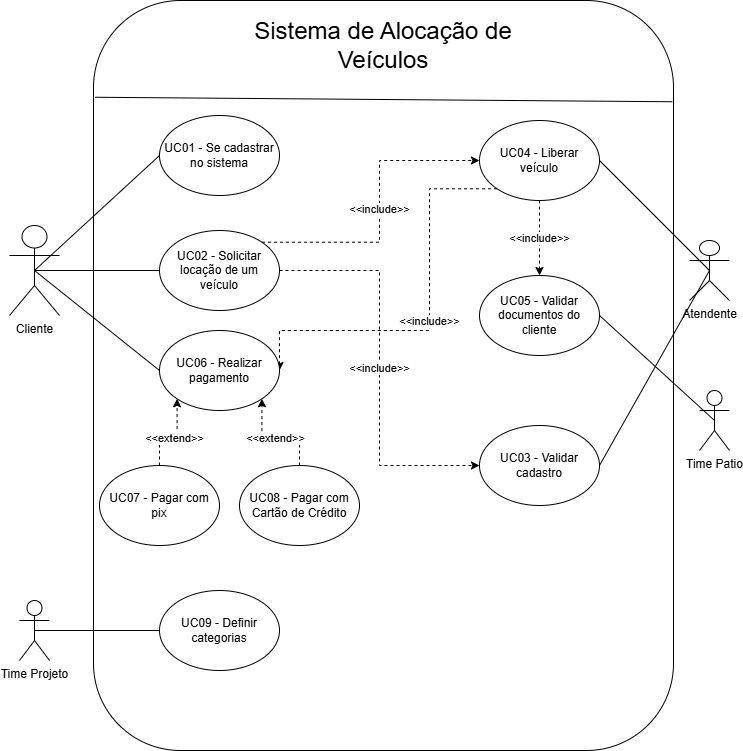
Earlier version of the draw.io export Casos de uso.drawio.png (AngeloGabriel-dev/Locadora). Source tidied: cells renumbered, new cells last; positions are measured from the earlier drawing's top-left corner, leaving out a move shared by most shapes. Its diagram source:
```xml
<mxGraphModel>
  <root>
    <mxCell id="0" />
    <mxCell id="1" parent="0" />
    <mxCell id="2" style="rounded=1;whiteSpace=wrap;html=1;" parent="1" vertex="1">
      <mxGeometry x="84" width="580" height="750" as="geometry" />
    </mxCell>
    <mxCell id="3" value="&lt;font style=&quot;font-size: 24px;&quot;&gt;Sistema de Alocação de Veículos&lt;/font&gt;" style="text;html=1;align=center;verticalAlign=middle;whiteSpace=wrap;rounded=0;" parent="1" vertex="1">
      <mxGeometry x="239" y="30" width="270" height="30" as="geometry" />
    </mxCell>
    <mxCell id="4" style="endArrow=none;html=1;rounded=0;exitX=0.003;exitY=0.129;exitDx=0;exitDy=0;exitPerimeter=0;entryX=0.998;entryY=0.135;entryDx=0;entryDy=0;entryPerimeter=0;" parent="1" edge="1" source="2" target="2">
      <mxGeometry relative="1" as="geometry" />
    </mxCell>
    <mxCell id="5" value="Cliente" style="shape=umlActor;verticalLabelPosition=bottom;verticalAlign=top;html=1;outlineConnect=0;" parent="1" vertex="1">
      <mxGeometry y="225" width="50" height="90" as="geometry" />
    </mxCell>
    <mxCell id="6" value="UC01 - Se cadastrar no sistema" style="ellipse;whiteSpace=wrap;html=1;" parent="1" vertex="1">
      <mxGeometry x="150" y="115" width="120" height="80" as="geometry" />
    </mxCell>
    <mxCell id="7" style="endArrow=none;html=1;rounded=0;exitX=0.5;exitY=0.5;exitDx=0;exitDy=0;exitPerimeter=0;entryX=0;entryY=0.5;entryDx=0;entryDy=0;" parent="1" edge="1" source="5" target="6">
      <mxGeometry relative="1" as="geometry" />
    </mxCell>
    <mxCell id="8" value="&amp;lt;&amp;lt;include&amp;gt;&amp;gt;" style="edgeStyle=orthogonalEdgeStyle;rounded=0;jettySize=auto;html=1;exitX=1;exitY=0.5;exitDx=0;exitDy=0;entryX=0;entryY=0.5;entryDx=0;entryDy=0;dashed=1;" parent="1" edge="1" source="10" target="12">
      <mxGeometry relative="1" as="geometry" />
    </mxCell>
    <mxCell id="9" value="&amp;lt;&amp;lt;include&amp;gt;&amp;gt;" style="edgeStyle=orthogonalEdgeStyle;rounded=0;jettySize=auto;html=1;exitX=1;exitY=0;exitDx=0;exitDy=0;entryX=0;entryY=0.5;entryDx=0;entryDy=0;dashed=1;" parent="1" edge="1" source="10" target="17">
      <mxGeometry relative="1" as="geometry" />
    </mxCell>
    <mxCell id="10" value="UC02 - Solicitar locação de um veículo" style="ellipse;whiteSpace=wrap;html=1;" parent="1" vertex="1">
      <mxGeometry x="150" y="230" width="120" height="80" as="geometry" />
    </mxCell>
    <mxCell id="11" style="endArrow=none;html=1;rounded=0;exitX=0.5;exitY=0.5;exitDx=0;exitDy=0;exitPerimeter=0;entryX=0;entryY=0.5;entryDx=0;entryDy=0;" parent="1" edge="1" source="5" target="10">
      <mxGeometry relative="1" as="geometry" />
    </mxCell>
    <mxCell id="12" value="UC03 - Validar cadastro" style="ellipse;whiteSpace=wrap;html=1;" parent="1" vertex="1">
      <mxGeometry x="470" y="425" width="120" height="80" as="geometry" />
    </mxCell>
    <mxCell id="13" value="Atendente" style="shape=umlActor;verticalLabelPosition=bottom;verticalAlign=top;html=1;outlineConnect=0;" parent="1" vertex="1">
      <mxGeometry x="680" y="240" width="40" height="60" as="geometry" />
    </mxCell>
    <mxCell id="14" style="endArrow=none;html=1;rounded=0;entryX=0.5;entryY=0.5;entryDx=0;entryDy=0;entryPerimeter=0;exitX=1;exitY=0.5;exitDx=0;exitDy=0;" parent="1" edge="1" source="12" target="13">
      <mxGeometry relative="1" as="geometry" />
    </mxCell>
    <mxCell id="15" value="&amp;lt;&amp;lt;include&amp;gt;&amp;gt;" style="edgeStyle=orthogonalEdgeStyle;rounded=0;jettySize=auto;html=1;exitX=0.5;exitY=1;exitDx=0;exitDy=0;entryX=0.5;entryY=0;entryDx=0;entryDy=0;dashed=1;" parent="1" edge="1" source="17" target="18">
      <mxGeometry relative="1" as="geometry" />
    </mxCell>
    <mxCell id="16" value="&amp;lt;&amp;lt;include&amp;gt;&amp;gt;" style="edgeStyle=orthogonalEdgeStyle;rounded=0;jettySize=auto;html=1;exitX=0;exitY=1;exitDx=0;exitDy=0;entryX=1;entryY=0.5;entryDx=0;entryDy=0;dashed=1;" parent="1" edge="1" source="17" target="22">
      <mxGeometry relative="1" as="geometry">
        <Array as="points">
          <mxPoint x="420" y="188" />
          <mxPoint x="420" y="330" />
          <mxPoint x="270" y="330" />
        </Array>
      </mxGeometry>
    </mxCell>
    <mxCell id="17" value="UC04 - Liberar veículo" style="ellipse;whiteSpace=wrap;html=1;" parent="1" vertex="1">
      <mxGeometry x="470" y="120" width="120" height="80" as="geometry" />
    </mxCell>
    <mxCell id="18" value="UC05 - Validar documentos do cliente" style="ellipse;whiteSpace=wrap;html=1;" parent="1" vertex="1">
      <mxGeometry x="470" y="275" width="120" height="80" as="geometry" />
    </mxCell>
    <mxCell id="19" style="endArrow=none;html=1;rounded=0;exitX=1;exitY=0.5;exitDx=0;exitDy=0;entryX=0.5;entryY=0.5;entryDx=0;entryDy=0;entryPerimeter=0;" parent="1" edge="1" source="17" target="13">
      <mxGeometry relative="1" as="geometry" />
    </mxCell>
    <mxCell id="20" value="Time Patio" style="shape=umlActor;verticalLabelPosition=bottom;verticalAlign=top;html=1;outlineConnect=0;" parent="1" vertex="1">
      <mxGeometry x="690" y="390" width="30" height="60" as="geometry" />
    </mxCell>
    <mxCell id="21" style="endArrow=none;html=1;rounded=0;exitX=1;exitY=0.5;exitDx=0;exitDy=0;entryX=0.5;entryY=0.5;entryDx=0;entryDy=0;entryPerimeter=0;" parent="1" edge="1" source="18" target="20">
      <mxGeometry relative="1" as="geometry" />
    </mxCell>
    <mxCell id="22" value="UC06 - Realizar pagamento" style="ellipse;whiteSpace=wrap;html=1;" parent="1" vertex="1">
      <mxGeometry x="150" y="330" width="120" height="80" as="geometry" />
    </mxCell>
    <mxCell id="23" value="&amp;lt;&amp;lt;extend&amp;gt;&amp;gt;" style="edgeStyle=orthogonalEdgeStyle;rounded=0;jettySize=auto;html=1;exitX=0.5;exitY=0;exitDx=0;exitDy=0;entryX=0;entryY=1;entryDx=0;entryDy=0;dashed=1;" parent="1" edge="1" source="24" target="22">
      <mxGeometry relative="1" as="geometry" />
    </mxCell>
    <mxCell id="24" value="UC07 - Pagar com pix" style="ellipse;whiteSpace=wrap;html=1;" parent="1" vertex="1">
      <mxGeometry x="90" y="465" width="120" height="80" as="geometry" />
    </mxCell>
    <mxCell id="25" value="&amp;lt;&amp;lt;extend&amp;gt;&amp;gt;" style="edgeStyle=orthogonalEdgeStyle;rounded=0;jettySize=auto;html=1;exitX=0.5;exitY=0;exitDx=0;exitDy=0;entryX=1;entryY=1;entryDx=0;entryDy=0;dashed=1;" parent="1" edge="1" source="26" target="22">
      <mxGeometry relative="1" as="geometry" />
    </mxCell>
    <mxCell id="26" value="UC08 - Pagar com Cartão de Crédito" style="ellipse;whiteSpace=wrap;html=1;" parent="1" vertex="1">
      <mxGeometry x="230" y="465" width="120" height="80" as="geometry" />
    </mxCell>
    <mxCell id="27" style="endArrow=none;html=1;rounded=0;exitX=0.5;exitY=0.5;exitDx=0;exitDy=0;exitPerimeter=0;entryX=0;entryY=0.5;entryDx=0;entryDy=0;" parent="1" edge="1" source="5" target="22">
      <mxGeometry relative="1" as="geometry" />
    </mxCell>
    <mxCell id="28" value="Time Projeto" style="shape=umlActor;verticalLabelPosition=bottom;verticalAlign=top;html=1;outlineConnect=0;" parent="1" vertex="1">
      <mxGeometry x="10" y="600" width="30" height="60" as="geometry" />
    </mxCell>
    <mxCell id="29" value="UC09 - Definir categorias" style="ellipse;whiteSpace=wrap;html=1;" parent="1" vertex="1">
      <mxGeometry x="150" y="590" width="120" height="80" as="geometry" />
    </mxCell>
    <mxCell id="30" style="endArrow=none;html=1;rounded=0;exitX=0.5;exitY=0.5;exitDx=0;exitDy=0;exitPerimeter=0;entryX=0;entryY=0.5;entryDx=0;entryDy=0;" parent="1" edge="1" source="28" target="29">
      <mxGeometry relative="1" as="geometry" />
    </mxCell>
  </root>
</mxGraphModel>
```
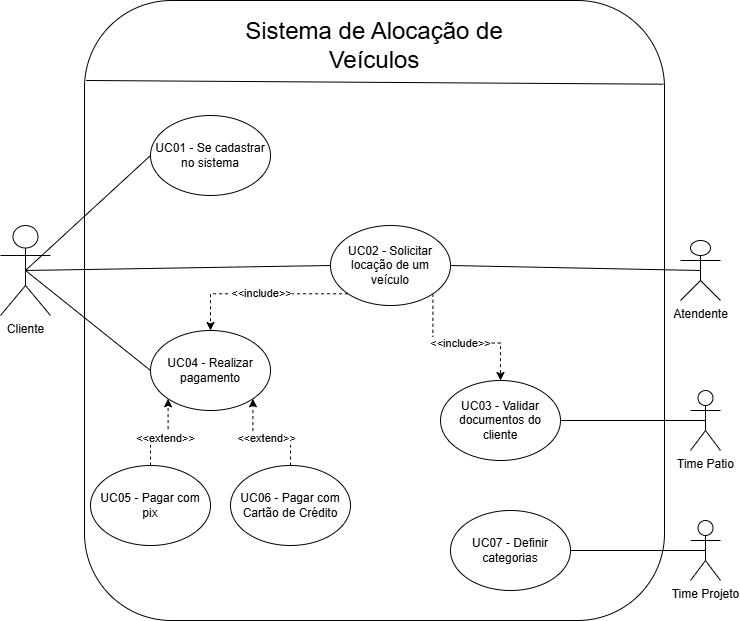
Above is the later version.

Diff of the diagram source:
```diff
@@ -3,7 +3,7 @@
     <mxCell id="0" />
     <mxCell id="1" parent="0" />
     <mxCell id="2" style="rounded=1;whiteSpace=wrap;html=1;" parent="1" vertex="1">
-      <mxGeometry x="84" width="580" height="750" as="geometry" />
+      <mxGeometry x="84" width="580" height="620" as="geometry" />
     </mxCell>
     <mxCell id="3" value="&lt;font style=&quot;font-size: 24px;&quot;&gt;Sistema de Alocação de Veículos&lt;/font&gt;" style="text;html=1;align=center;verticalAlign=middle;whiteSpace=wrap;rounded=0;" parent="1" vertex="1">
       <mxGeometry x="239" y="30" width="270" height="30" as="geometry" />
@@ -20,46 +20,25 @@
     <mxCell id="7" style="endArrow=none;html=1;rounded=0;exitX=0.5;exitY=0.5;exitDx=0;exitDy=0;exitPerimeter=0;entryX=0;entryY=0.5;entryDx=0;entryDy=0;" parent="1" edge="1" source="5" target="6">
       <mxGeometry relative="1" as="geometry" />
     </mxCell>
-    <mxCell id="8" value="&amp;lt;&amp;lt;include&amp;gt;&amp;gt;" style="edgeStyle=orthogonalEdgeStyle;rounded=0;jettySize=auto;html=1;exitX=1;exitY=0.5;exitDx=0;exitDy=0;entryX=0;entryY=0.5;entryDx=0;entryDy=0;dashed=1;" parent="1" edge="1" source="10" target="12">
-      <mxGeometry relative="1" as="geometry" />
-    </mxCell>
-    <mxCell id="9" value="&amp;lt;&amp;lt;include&amp;gt;&amp;gt;" style="edgeStyle=orthogonalEdgeStyle;rounded=0;jettySize=auto;html=1;exitX=1;exitY=0;exitDx=0;exitDy=0;entryX=0;entryY=0.5;entryDx=0;entryDy=0;dashed=1;" parent="1" edge="1" source="10" target="17">
-      <mxGeometry relative="1" as="geometry" />
-    </mxCell>
+    <mxCell id="31" value="&amp;lt;&amp;lt;include&amp;gt;&amp;gt;" style="edgeStyle=orthogonalEdgeStyle;rounded=0;jettySize=auto;html=1;exitX=0;exitY=1;exitDx=0;exitDy=0;entryX=0.5;entryY=0;entryDx=0;entryDy=0;dashed=1;" parent="1" edge="1" source="10" target="22">
+      <mxGeometry relative="1" as="geometry" />
+    </mxCell>
+    <mxCell id="32" value="&amp;lt;&amp;lt;include&amp;gt;&amp;gt;" style="edgeStyle=orthogonalEdgeStyle;rounded=0;jettySize=auto;html=1;exitX=1;exitY=1;exitDx=0;exitDy=0;entryX=0.5;entryY=0;entryDx=0;entryDy=0;dashed=1;" parent="1" edge="1" source="10" target="18">
+      <mxGeometry relative="1" as="geometry" />
+    </mxCell>
     <mxCell id="10" value="UC02 - Solicitar locação de um veículo" style="ellipse;whiteSpace=wrap;html=1;" parent="1" vertex="1">
-      <mxGeometry x="150" y="230" width="120" height="80" as="geometry" />
+      <mxGeometry x="330" y="225" width="120" height="80" as="geometry" />
     </mxCell>
     <mxCell id="11" style="endArrow=none;html=1;rounded=0;exitX=0.5;exitY=0.5;exitDx=0;exitDy=0;exitPerimeter=0;entryX=0;entryY=0.5;entryDx=0;entryDy=0;" parent="1" edge="1" source="5" target="10">
       <mxGeometry relative="1" as="geometry" />
     </mxCell>
-    <mxCell id="12" value="UC03 - Validar cadastro" style="ellipse;whiteSpace=wrap;html=1;" parent="1" vertex="1">
-      <mxGeometry x="470" y="425" width="120" height="80" as="geometry" />
-    </mxCell>
     <mxCell id="13" value="Atendente" style="shape=umlActor;verticalLabelPosition=bottom;verticalAlign=top;html=1;outlineConnect=0;" parent="1" vertex="1">
       <mxGeometry x="680" y="240" width="40" height="60" as="geometry" />
     </mxCell>
-    <mxCell id="14" style="endArrow=none;html=1;rounded=0;entryX=0.5;entryY=0.5;entryDx=0;entryDy=0;entryPerimeter=0;exitX=1;exitY=0.5;exitDx=0;exitDy=0;" parent="1" edge="1" source="12" target="13">
-      <mxGeometry relative="1" as="geometry" />
-    </mxCell>
-    <mxCell id="15" value="&amp;lt;&amp;lt;include&amp;gt;&amp;gt;" style="edgeStyle=orthogonalEdgeStyle;rounded=0;jettySize=auto;html=1;exitX=0.5;exitY=1;exitDx=0;exitDy=0;entryX=0.5;entryY=0;entryDx=0;entryDy=0;dashed=1;" parent="1" edge="1" source="17" target="18">
-      <mxGeometry relative="1" as="geometry" />
-    </mxCell>
-    <mxCell id="16" value="&amp;lt;&amp;lt;include&amp;gt;&amp;gt;" style="edgeStyle=orthogonalEdgeStyle;rounded=0;jettySize=auto;html=1;exitX=0;exitY=1;exitDx=0;exitDy=0;entryX=1;entryY=0.5;entryDx=0;entryDy=0;dashed=1;" parent="1" edge="1" source="17" target="22">
-      <mxGeometry relative="1" as="geometry">
-        <Array as="points">
-          <mxPoint x="420" y="188" />
-          <mxPoint x="420" y="330" />
-          <mxPoint x="270" y="330" />
-        </Array>
-      </mxGeometry>
-    </mxCell>
-    <mxCell id="17" value="UC04 - Liberar veículo" style="ellipse;whiteSpace=wrap;html=1;" parent="1" vertex="1">
-      <mxGeometry x="470" y="120" width="120" height="80" as="geometry" />
-    </mxCell>
-    <mxCell id="18" value="UC05 - Validar documentos do cliente" style="ellipse;whiteSpace=wrap;html=1;" parent="1" vertex="1">
-      <mxGeometry x="470" y="275" width="120" height="80" as="geometry" />
+    <mxCell id="18" value="UC03 - Validar documentos do cliente" style="ellipse;whiteSpace=wrap;html=1;" parent="1" vertex="1">
+      <mxGeometry x="440" y="380" width="120" height="80" as="geometry" />
     </mxCell>
-    <mxCell id="19" style="endArrow=none;html=1;rounded=0;exitX=1;exitY=0.5;exitDx=0;exitDy=0;entryX=0.5;entryY=0.5;entryDx=0;entryDy=0;entryPerimeter=0;" parent="1" edge="1" source="17" target="13">
+    <mxCell id="19" style="endArrow=none;html=1;rounded=0;exitX=1;exitY=0.5;exitDx=0;exitDy=0;entryX=0.5;entryY=0.5;entryDx=0;entryDy=0;entryPerimeter=0;" parent="1" edge="1" source="10" target="13">
       <mxGeometry relative="1" as="geometry" />
     </mxCell>
     <mxCell id="20" value="Time Patio" style="shape=umlActor;verticalLabelPosition=bottom;verticalAlign=top;html=1;outlineConnect=0;" parent="1" vertex="1">
@@ -68,31 +47,31 @@
     <mxCell id="21" style="endArrow=none;html=1;rounded=0;exitX=1;exitY=0.5;exitDx=0;exitDy=0;entryX=0.5;entryY=0.5;entryDx=0;entryDy=0;entryPerimeter=0;" parent="1" edge="1" source="18" target="20">
       <mxGeometry relative="1" as="geometry" />
     </mxCell>
-    <mxCell id="22" value="UC06 - Realizar pagamento" style="ellipse;whiteSpace=wrap;html=1;" parent="1" vertex="1">
+    <mxCell id="22" value="UC04 - Realizar pagamento" style="ellipse;whiteSpace=wrap;html=1;" parent="1" vertex="1">
       <mxGeometry x="150" y="330" width="120" height="80" as="geometry" />
     </mxCell>
     <mxCell id="23" value="&amp;lt;&amp;lt;extend&amp;gt;&amp;gt;" style="edgeStyle=orthogonalEdgeStyle;rounded=0;jettySize=auto;html=1;exitX=0.5;exitY=0;exitDx=0;exitDy=0;entryX=0;entryY=1;entryDx=0;entryDy=0;dashed=1;" parent="1" edge="1" source="24" target="22">
       <mxGeometry relative="1" as="geometry" />
     </mxCell>
-    <mxCell id="24" value="UC07 - Pagar com pix" style="ellipse;whiteSpace=wrap;html=1;" parent="1" vertex="1">
+    <mxCell id="24" value="UC05 - Pagar com pix" style="ellipse;whiteSpace=wrap;html=1;" parent="1" vertex="1">
       <mxGeometry x="90" y="465" width="120" height="80" as="geometry" />
     </mxCell>
     <mxCell id="25" value="&amp;lt;&amp;lt;extend&amp;gt;&amp;gt;" style="edgeStyle=orthogonalEdgeStyle;rounded=0;jettySize=auto;html=1;exitX=0.5;exitY=0;exitDx=0;exitDy=0;entryX=1;entryY=1;entryDx=0;entryDy=0;dashed=1;" parent="1" edge="1" source="26" target="22">
       <mxGeometry relative="1" as="geometry" />
     </mxCell>
-    <mxCell id="26" value="UC08 - Pagar com Cartão de Crédito" style="ellipse;whiteSpace=wrap;html=1;" parent="1" vertex="1">
+    <mxCell id="26" value="UC06 - Pagar com Cartão de Crédito" style="ellipse;whiteSpace=wrap;html=1;" parent="1" vertex="1">
       <mxGeometry x="230" y="465" width="120" height="80" as="geometry" />
     </mxCell>
     <mxCell id="27" style="endArrow=none;html=1;rounded=0;exitX=0.5;exitY=0.5;exitDx=0;exitDy=0;exitPerimeter=0;entryX=0;entryY=0.5;entryDx=0;entryDy=0;" parent="1" edge="1" source="5" target="22">
       <mxGeometry relative="1" as="geometry" />
     </mxCell>
     <mxCell id="28" value="Time Projeto" style="shape=umlActor;verticalLabelPosition=bottom;verticalAlign=top;html=1;outlineConnect=0;" parent="1" vertex="1">
-      <mxGeometry x="10" y="600" width="30" height="60" as="geometry" />
+      <mxGeometry x="690" y="520" width="30" height="60" as="geometry" />
     </mxCell>
-    <mxCell id="29" value="UC09 - Definir categorias" style="ellipse;whiteSpace=wrap;html=1;" parent="1" vertex="1">
-      <mxGeometry x="150" y="590" width="120" height="80" as="geometry" />
+    <mxCell id="29" value="UC07 - Definir categorias" style="ellipse;whiteSpace=wrap;html=1;" parent="1" vertex="1">
+      <mxGeometry x="450" y="510" width="120" height="80" as="geometry" />
     </mxCell>
-    <mxCell id="30" style="endArrow=none;html=1;rounded=0;exitX=0.5;exitY=0.5;exitDx=0;exitDy=0;exitPerimeter=0;entryX=0;entryY=0.5;entryDx=0;entryDy=0;" parent="1" edge="1" source="28" target="29">
+    <mxCell id="30" style="endArrow=none;html=1;rounded=0;exitX=0.5;exitY=0.5;exitDx=0;exitDy=0;exitPerimeter=0;entryX=1;entryY=0.5;entryDx=0;entryDy=0;" parent="1" edge="1" source="28" target="29">
       <mxGeometry relative="1" as="geometry" />
     </mxCell>
   </root>
```
